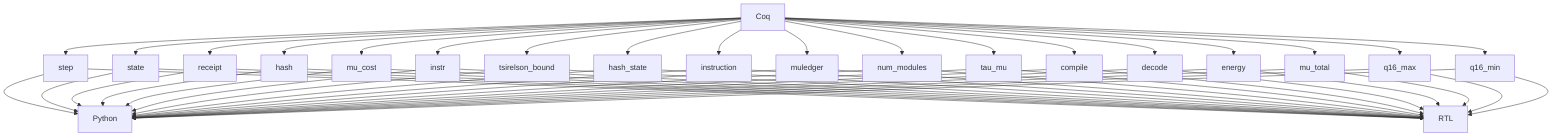
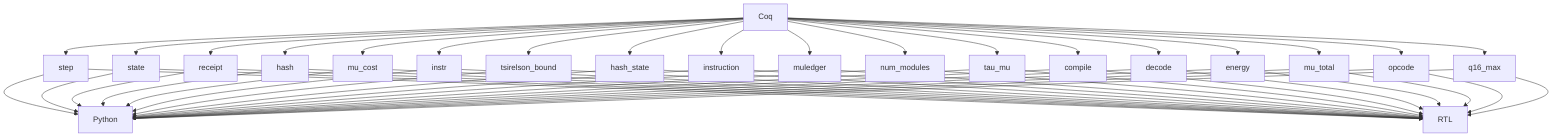
flowchart TB
  C["Coq"]
  P["Python"]
  R["RTL"]
  T1["step"]
  C --> T1
  T1 --> P
  T1 --> R
  T2["state"]
  C --> T2
  T2 --> P
  T2 --> R
  T3["receipt"]
  C --> T3
  T3 --> P
  T3 --> R
  T4["hash"]
  C --> T4
  T4 --> P
  T4 --> R
  T5["mu_cost"]
  C --> T5
  T5 --> P
  T5 --> R
  T6["instr"]
  C --> T6
  T6 --> P
  T6 --> R
  T7["tsirelson_bound"]
  C --> T7
  T7 --> P
  T7 --> R
  T8["hash_state"]
  C --> T8
  T8 --> P
  T8 --> R
  T9["instruction"]
  C --> T9
  T9 --> P
  T9 --> R
  T10["muledger"]
  C --> T10
  T10 --> P
  T10 --> R
  T11["num_modules"]
  C --> T11
  T11 --> P
  T11 --> R
  T12["tau_mu"]
  C --> T12
  T12 --> P
  T12 --> R
  T13["compile"]
  C --> T13
  T13 --> P
  T13 --> R
  T14["decode"]
  C --> T14
  T14 --> P
  T14 --> R
  T15["energy"]
  C --> T15
  T15 --> P
  T15 --> R
  T16["mu_total"]
  C --> T16
  T16 --> P
  T16 --> R
-   T17["q16_max"]
+   T17["opcode"]
  C --> T17
  T17 --> P
  T17 --> R
-   T18["q16_min"]
+   T18["q16_max"]
  C --> T18
  T18 --> P
  T18 --> R
